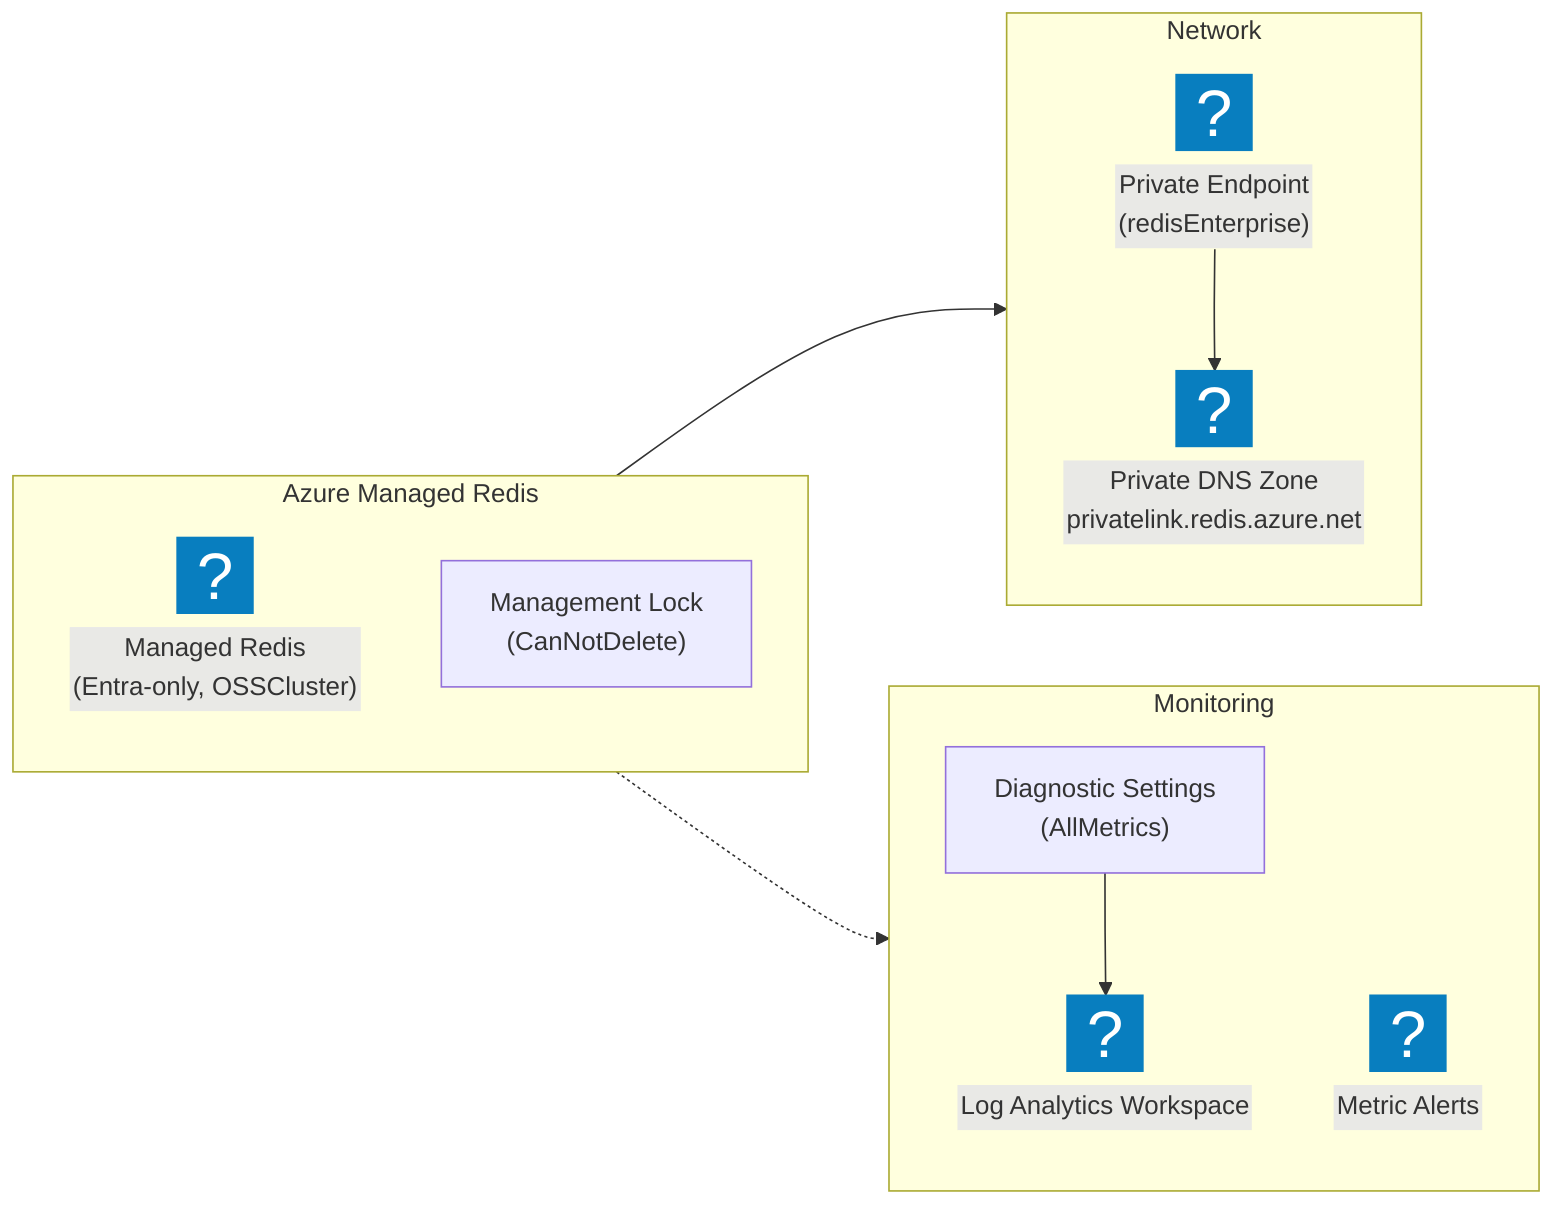
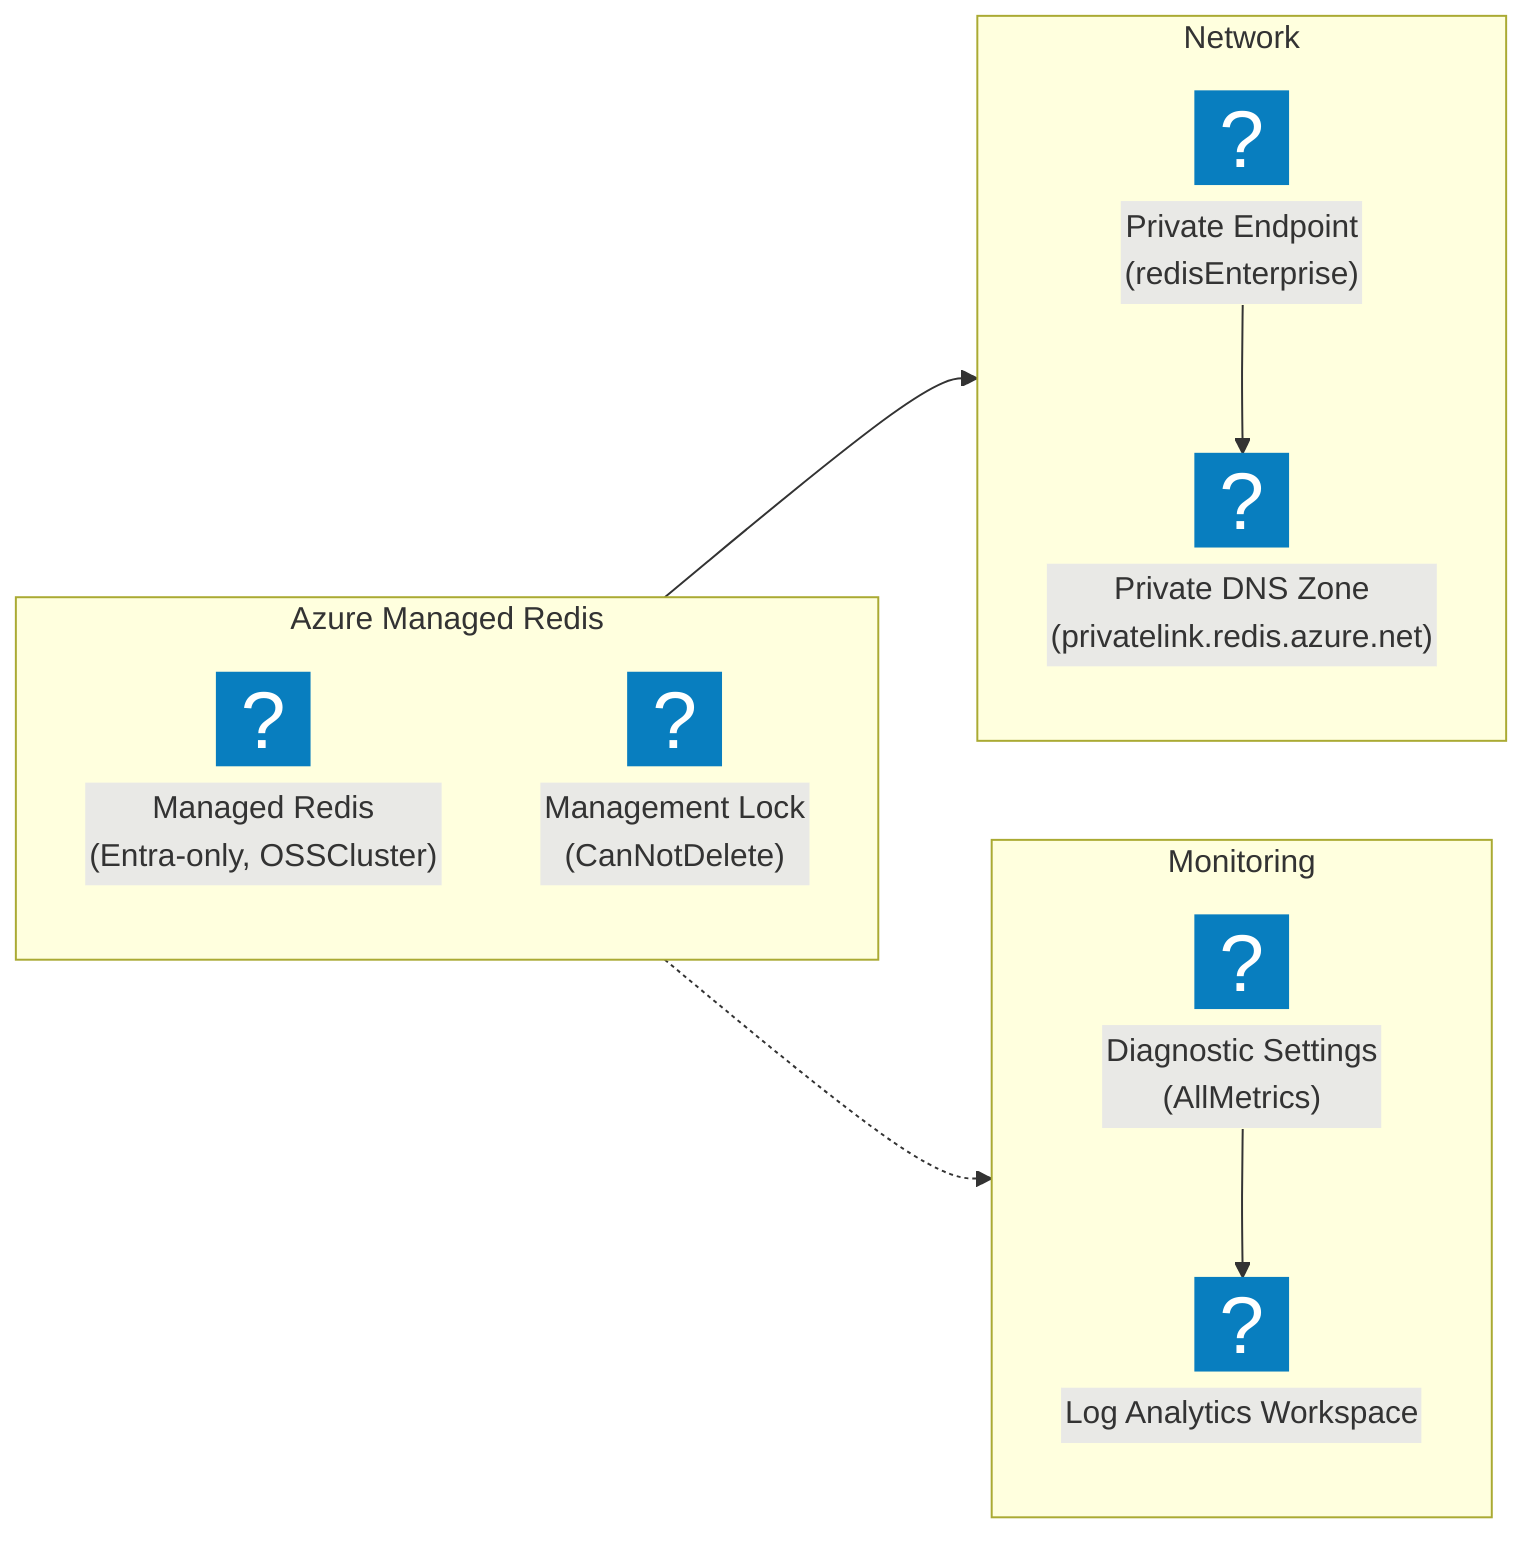
flowchart LR
    subgraph Redis["Azure Managed Redis"]
        amr["Managed Redis
          (Entra-only, OSSCluster)"]
-         amr@{ icon: "azure:cache-redis"}
+         amr@{ icon: "azure:azure-managed-redis"}

        lock["Management Lock
          (CanNotDelete)"]
+         lock@{icon: "azure:azure-information-protection"}
    end

    subgraph Network["Network"]
        pep["Private Endpoint
          (redisEnterprise)"]
        pep@{ icon: "azure:private-endpoints"}

-         dns[("Private DNS Zone
-           privatelink.redis.azure.net")]
+         dns["Private DNS Zone
+           (privatelink.redis.azure.net)"]
        dns@{ icon: "azure:dns-zones"}
    end

    subgraph Monitoring["Monitoring"]
        diag["Diagnostic Settings
          (AllMetrics)"]
- 
-         alert["Metric Alerts"]
-         alert@{ icon: "azure:monitor"}
+         diag@{ icon: "azure:diagnostics-settings"}

        law["Log Analytics Workspace"]
        law@{ icon: "azure:log-analytics-workspaces"}
    end

    Redis --> Network
    pep --> dns
    diag --> law
    Redis -.-> Monitoring
